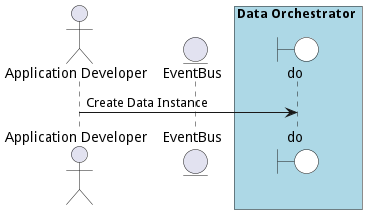
Above: docs/edgemere/diml/dml/do/usecases/managedatainstances/CreateDataInstance.png in madajaju/edgemere (PlantUML), before the change.
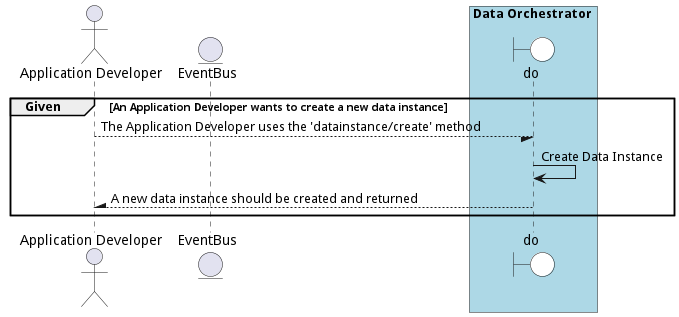
Above is the later version.

Diff of the diagram source:
```diff
@@ -1,4 +1,5 @@
 @startuml
+
 
 actor "Application Developer"
 
@@ -10,9 +11,16 @@
 end box
 
 
+group Given [An Application Developer wants to create a new data instance]
 
-"Application Developer" -> do: Create Data Instance
+"Application Developer" --/ do: The Application Developer uses the &#39;datainstance/create&#39; method
+"do" -> do: Create Data Instance
 
 
 
+"Application Developer" /-- do: A new data instance should be created and returned
+
+
+end
+
 @enduml
```
